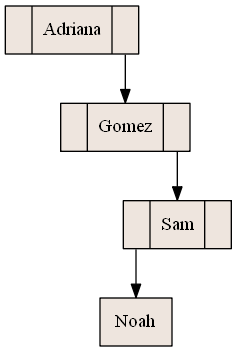
Earlier version of the Graphviz export ArbolBinario.png (AdriGomez95/EDD_1S2020_PY1_201504236-master). Its source is kept beside it as ArbolBinario.dot.
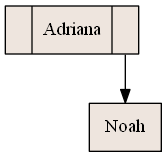
The same diagram one commit later.

The edit, as a diff of the source:
```diff
@@ -2,10 +2,6 @@
  rankdir=TB;
  node [shape = record, style=filled, fillcolor=seashell2];
 nodo0 [ label ="<C0>|Adriana|<C1>"];
-nodo1 [ label ="<C0>|Gomez|<C1>"];
-nodo2 [ label ="<C0>|Sam|<C1>"];
-nodo3 [ label ="Noah"];
-nodo2:C0->nodo3
-nodo1:C1->nodo2
+nodo1 [ label ="Noah"];
 nodo0:C1->nodo1
 }
```
